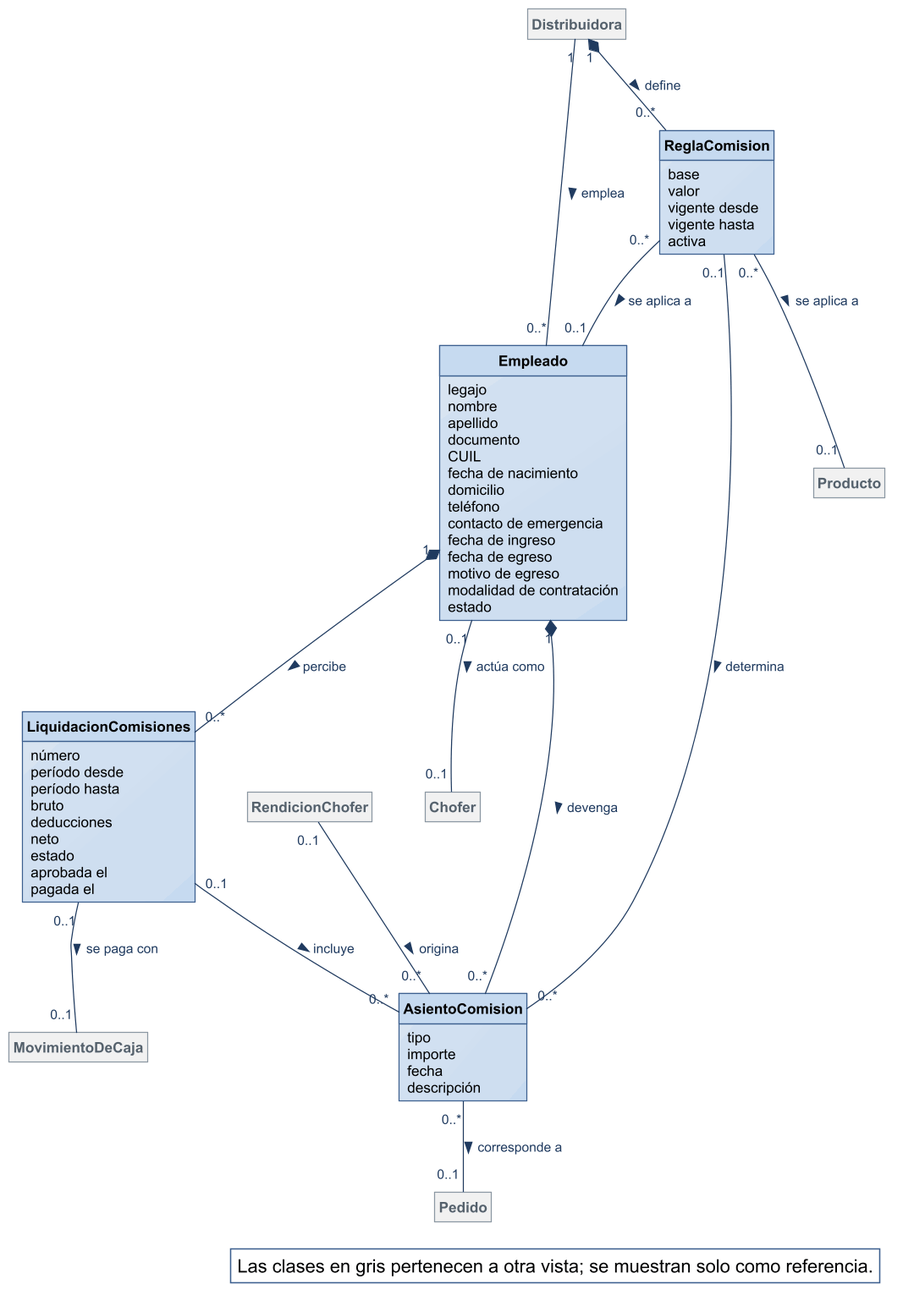
Before: diagramas/modelo-conceptual/MC_Comisiones.png, a diagram exported from PlantUML (Nahuelito-Dev/splg-docs).
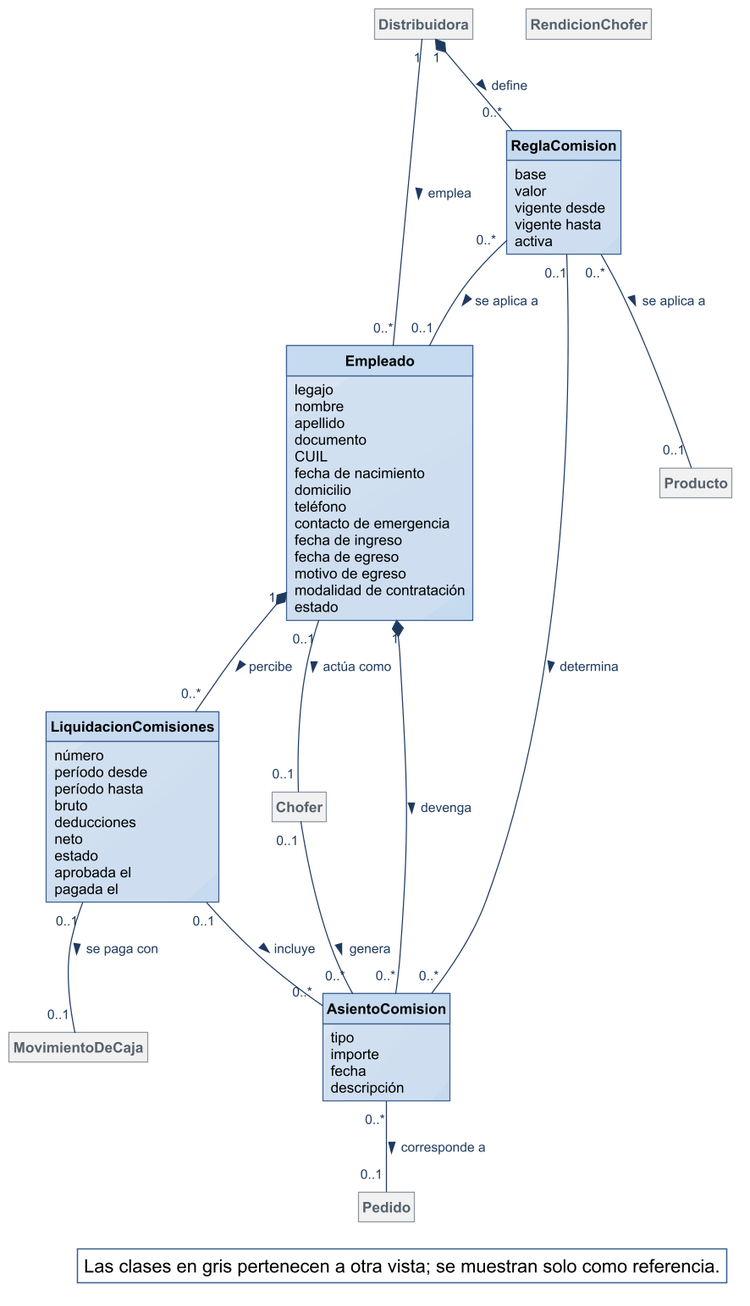
Later version of the same file.

Change to the diagram source:
```diff
@@ -65,7 +65,7 @@
 AsientoComision "0..*" -- "0..1" Pedido : corresponde a >
 ReglaComision "0..1" -- "0..*" AsientoComision : determina >
 LiquidacionComisiones "0..1" -- "0..*" AsientoComision : incluye >
-RendicionChofer "0..1" -- "0..*" AsientoComision : origina >
+Chofer "0..1" -- "0..*" AsientoComision : genera >
 LiquidacionComisiones "0..1" -- "0..1" MovimientoDeCaja : se paga con >
 
 legend bottom right
```
